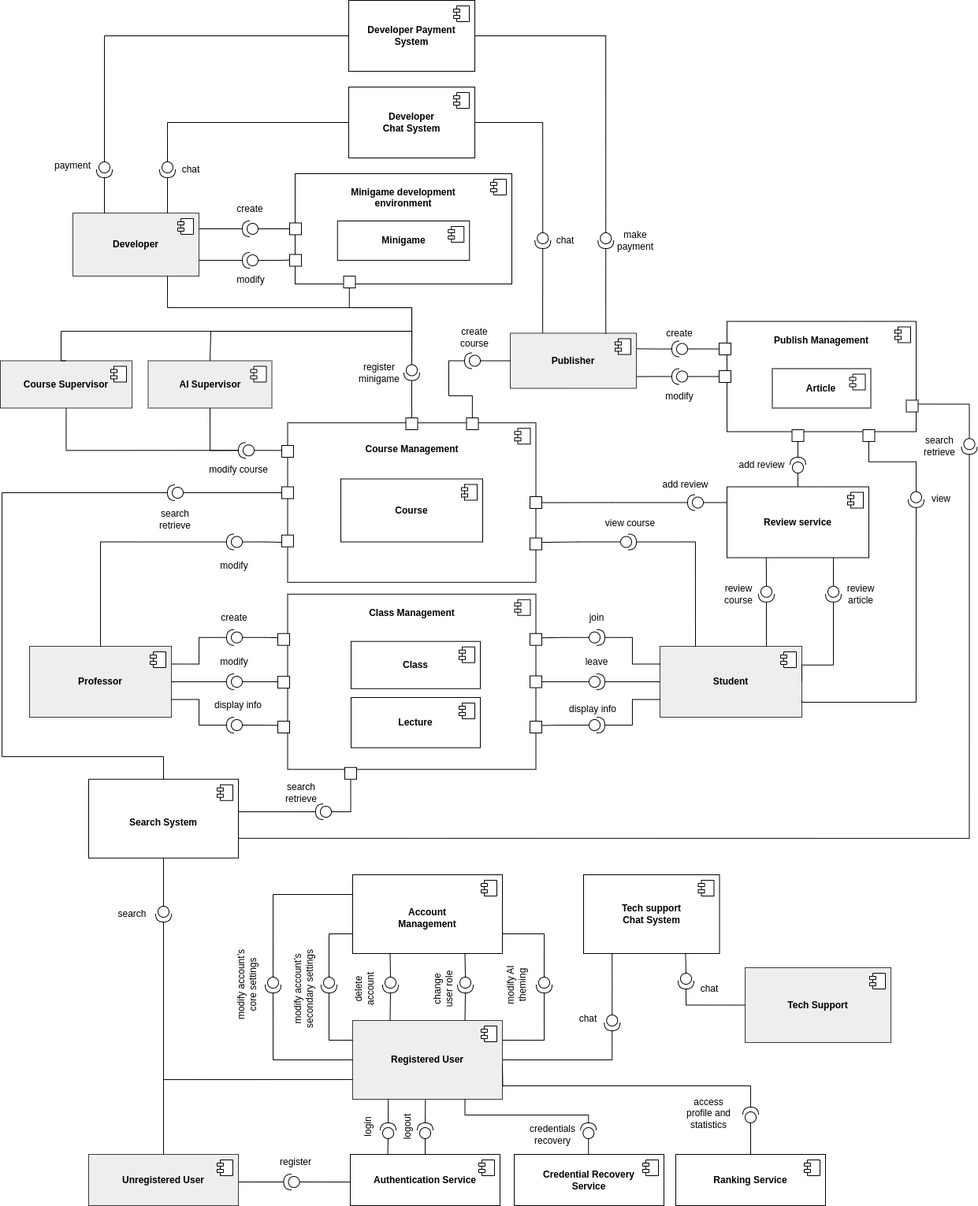
The draw.io diagram deliverables/D1/images/components-diagram.png in anhtuduong/RadiantIQ-test, before a commit. Source tidied: cells renumbered, new cells last; positions are measured from the earlier drawing's top-left corner, leaving out a move shared by most shapes.
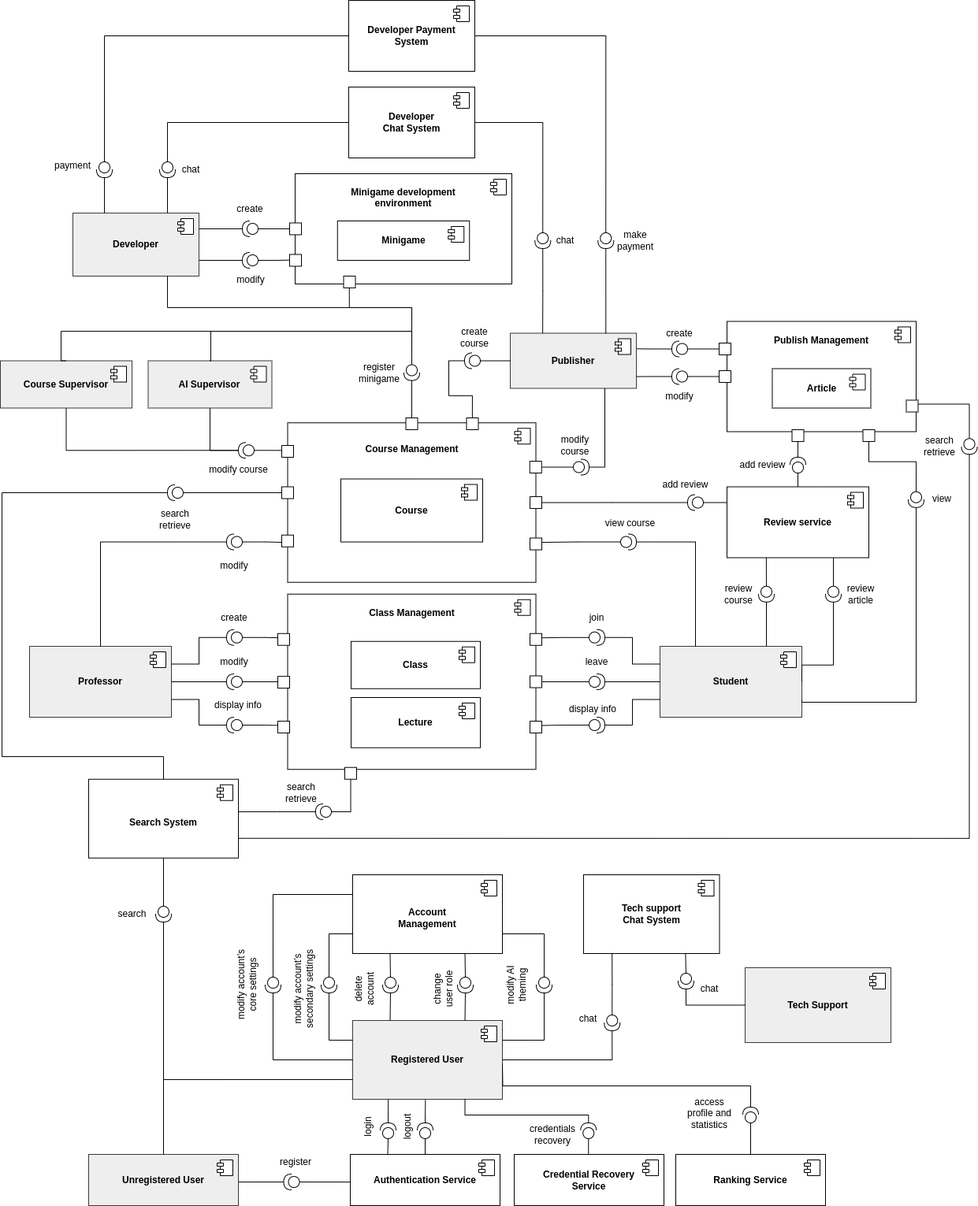
The same file after the commit.

Commit message:
doc: update components diagram

Diff of the diagram source:
```diff
@@ -843,5 +843,20 @@
     <mxCell id="249" style="edgeStyle=orthogonalEdgeStyle;rounded=0;jettySize=auto;html=1;exitX=1;exitY=0.5;exitDx=0;exitDy=0;exitPerimeter=0;entryX=1.003;entryY=0.413;entryDx=0;entryDy=0;entryPerimeter=0;endArrow=none;endFill=0;" parent="1" edge="1" source="230" target="214">
       <mxGeometry relative="1" as="geometry" />
     </mxCell>
+    <mxCell id="250" style="edgeStyle=orthogonalEdgeStyle;rounded=0;jettySize=auto;html=1;exitX=0;exitY=0.5;exitDx=0;exitDy=0;exitPerimeter=0;entryX=1;entryY=0.5;entryDx=0;entryDy=0;endArrow=none;endFill=0;" parent="1" edge="1" source="252" target="253">
+      <mxGeometry relative="1" as="geometry" />
+    </mxCell>
+    <mxCell id="251" style="edgeStyle=orthogonalEdgeStyle;rounded=0;jettySize=auto;html=1;exitX=1;exitY=0.5;exitDx=0;exitDy=0;exitPerimeter=0;entryX=0.75;entryY=1;entryDx=0;entryDy=0;endArrow=none;endFill=0;" parent="1" edge="1" source="252" target="69">
+      <mxGeometry relative="1" as="geometry" />
+    </mxCell>
+    <mxCell id="252" style="shape=providedRequiredInterface;html=1;verticalLabelPosition=bottom;sketch=0;rotation=0;" parent="1" vertex="1">
+      <mxGeometry x="727" y="582.5" width="20" height="20" as="geometry" />
+    </mxCell>
+    <mxCell id="253" style="whiteSpace=wrap;html=1;" parent="1" vertex="1">
+      <mxGeometry x="671.8" y="585" width="15" height="15" as="geometry" />
+    </mxCell>
+    <mxCell id="254" value="modify&lt;div&gt;course&lt;/div&gt;" style="text;html=1;align=center;verticalAlign=middle;whiteSpace=wrap;rounded=0;" parent="1" vertex="1">
+      <mxGeometry x="687" y="550" width="85" height="30" as="geometry" />
+    </mxCell>
   </root>
 </mxGraphModel>
```
